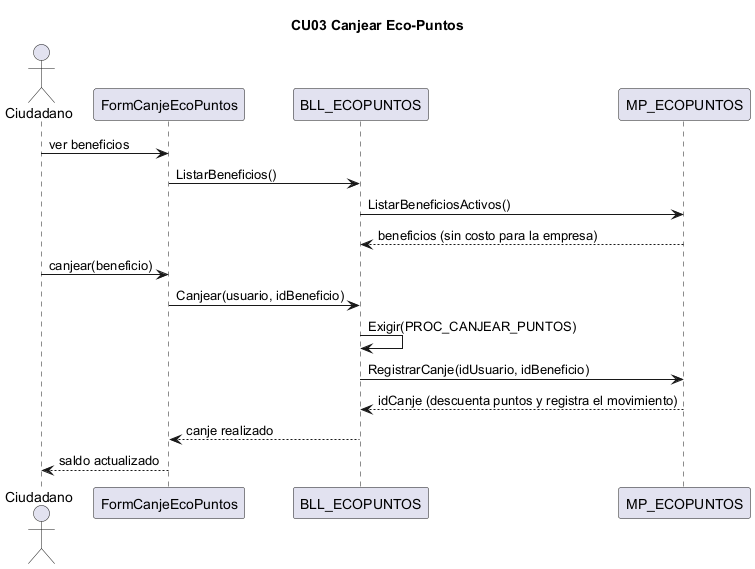
L-Muniz/uai-diploma_2026 keeps this PlantUML diagram as docs/diagramas/secuencias_png/CU03.png. Above is the earlier version. Its diagram source:
```plantuml
@startuml CU03
title CU03 Canjear Eco-Puntos
actor Ciudadano
participant "FormCanjeEcoPuntos" as IU
participant "BLL_ECOPUNTOS" as BLL
participant "MP_ECOPUNTOS" as DAL
Ciudadano -> IU : ver beneficios
IU -> BLL : ListarBeneficios()
BLL -> DAL : ListarBeneficiosActivos()
DAL --> BLL : beneficios (sin costo para la empresa)
Ciudadano -> IU : canjear(beneficio)
IU -> BLL : Canjear(usuario, idBeneficio)
BLL -> BLL : Exigir(PROC_CANJEAR_PUNTOS)
BLL -> DAL : RegistrarCanje(idUsuario, idBeneficio)
DAL --> BLL : idCanje (descuenta puntos y registra el movimiento)
BLL --> IU : canje realizado
IU --> Ciudadano : saldo actualizado
@enduml
```
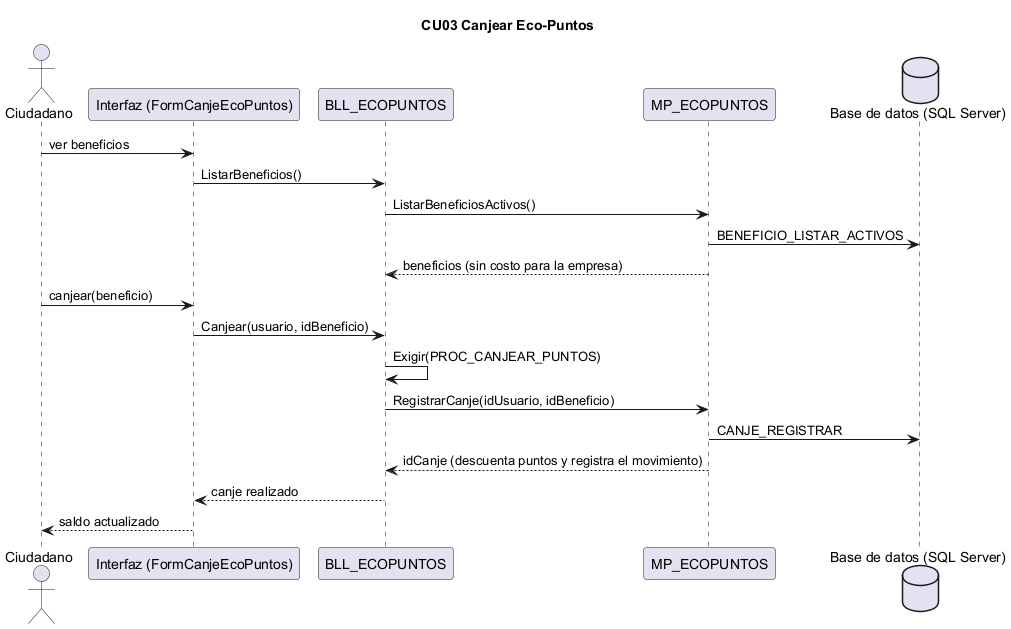
Later version of the same file.

Diff of the diagram source:
```diff
@@ -1,17 +1,20 @@
 @startuml CU03
 title CU03 Canjear Eco-Puntos
 actor Ciudadano
-participant "FormCanjeEcoPuntos" as IU
+participant "Interfaz (FormCanjeEcoPuntos)" as IU
 participant "BLL_ECOPUNTOS" as BLL
 participant "MP_ECOPUNTOS" as DAL
+database "Base de datos (SQL Server)" as BD
 Ciudadano -> IU : ver beneficios
 IU -> BLL : ListarBeneficios()
 BLL -> DAL : ListarBeneficiosActivos()
+DAL -> BD : BENEFICIO_LISTAR_ACTIVOS
 DAL --> BLL : beneficios (sin costo para la empresa)
 Ciudadano -> IU : canjear(beneficio)
 IU -> BLL : Canjear(usuario, idBeneficio)
 BLL -> BLL : Exigir(PROC_CANJEAR_PUNTOS)
 BLL -> DAL : RegistrarCanje(idUsuario, idBeneficio)
+DAL -> BD : CANJE_REGISTRAR
 DAL --> BLL : idCanje (descuenta puntos y registra el movimiento)
 BLL --> IU : canje realizado
 IU --> Ciudadano : saldo actualizado
```
